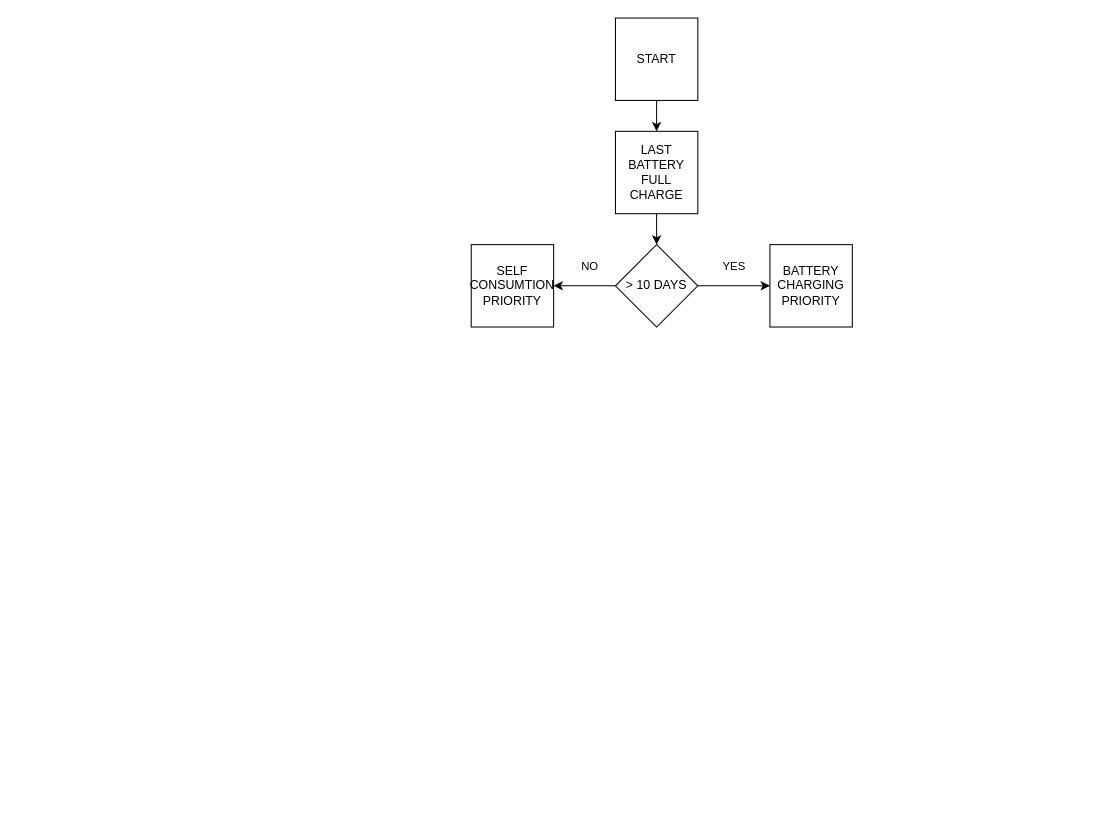
The draw.io diagram Solar_management.drawio in AdnWik/DrawIo, before the edit. Source tidied: cells renumbered, new cells numbered last; positions are measured from the earlier drawing's top-left corner, leaving out a move shared by most shapes. Both pictures are drawn from the tidied source at 103%, with x=0, y=0 at pixel (471, 18).
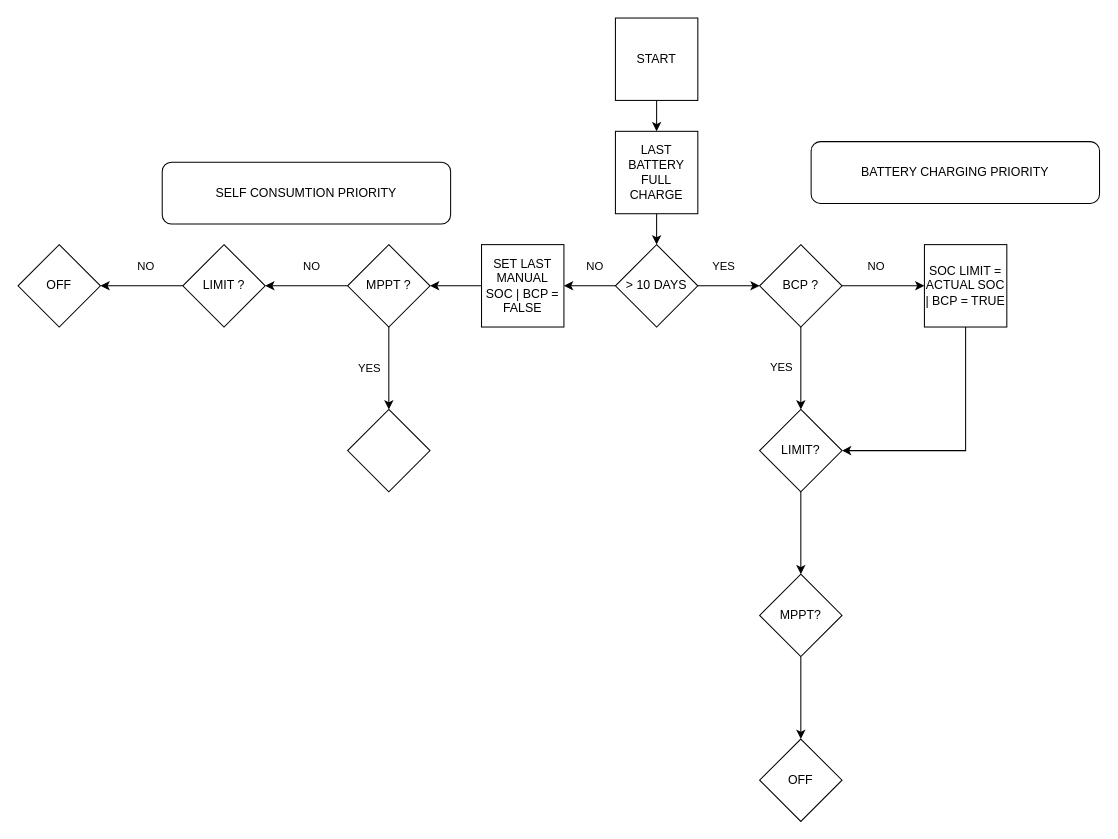
Above is the later version.

The change refers to these unchanged cells:
```xml
<mxCell id="8" value="&amp;gt; 10 DAYS" style="rhombus;whiteSpace=wrap;html=1;" parent="1" vertex="1">
  <mxGeometry x="140" y="220" width="80" height="80" as="geometry" />
</mxCell>
```

The edit, as a diff of the source:
```diff
@@
-    <mxCell id="4" style="edgeStyle=orthogonalEdgeStyle;rounded=0;jettySize=auto;html=1;" parent="1" edge="1" source="8" target="11">
-      <mxGeometry relative="1" as="geometry" />
-    </mxCell>
-    <mxCell id="5" value="YES" style="edgeLabel;html=1;align=center;verticalAlign=middle;" parent="4" vertex="1">
-      <mxGeometry x="-0.04" y="6" relative="1" as="geometry">
-        <mxPoint y="-14" as="offset" />
-      </mxGeometry>
-    </mxCell>
@@
+    <mxCell id="13" style="edgeStyle=orthogonalEdgeStyle;rounded=0;jettySize=auto;html=1;exitX=1;exitY=0.5;exitDx=0;exitDy=0;entryX=0;entryY=0.5;entryDx=0;entryDy=0;" parent="1" edge="1" source="8" target="33">
+      <mxGeometry relative="1" as="geometry" />
+    </mxCell>
+    <mxCell id="14" value="YES" style="edgeLabel;html=1;align=center;verticalAlign=middle;" parent="13" vertex="1">
+      <mxGeometry x="-0.2" y="-3" relative="1" as="geometry">
+        <mxPoint y="-23" as="offset" />
+      </mxGeometry>
+    </mxCell>
@@
+    <mxCell id="15" style="edgeStyle=orthogonalEdgeStyle;rounded=0;jettySize=auto;html=1;entryX=1;entryY=0.5;entryDx=0;entryDy=0;" parent="1" edge="1" source="11" target="35">
+      <mxGeometry relative="1" as="geometry">
+        <Array as="points">
+          <mxPoint x="480" y="420" />
+        </Array>
+      </mxGeometry>
+    </mxCell>
-    <mxCell id="11" value="BATTERY CHARGING PRIORITY" style="whiteSpace=wrap;html=1;" parent="1" vertex="1">
-      <mxGeometry x="290" y="220" width="80" height="80" as="geometry" />
+    <mxCell id="11" value="SOC LIMIT = ACTUAL SOC | BCP = TRUE" style="whiteSpace=wrap;html=1;" parent="1" vertex="1">
+      <mxGeometry x="440" y="220" width="80" height="80" as="geometry" />
     </mxCell>
+    <mxCell id="16" style="edgeStyle=orthogonalEdgeStyle;rounded=0;jettySize=auto;html=1;" parent="1" edge="1" source="12" target="21">
+      <mxGeometry relative="1" as="geometry" />
+    </mxCell>
-    <mxCell id="12" value="SELF CONSUMTION PRIORITY" style="whiteSpace=wrap;html=1;" parent="1" vertex="1">
-      <mxGeometry y="220" width="80" height="80" as="geometry" />
+    <mxCell id="12" value="SET LAST MANUAL SOC | BCP = FALSE" style="whiteSpace=wrap;html=1;" parent="1" vertex="1">
+      <mxGeometry x="10" y="220" width="80" height="80" as="geometry" />
     </mxCell>
+    <mxCell id="17" style="edgeStyle=orthogonalEdgeStyle;rounded=0;jettySize=auto;html=1;" parent="1" edge="1" source="21" target="24">
+      <mxGeometry relative="1" as="geometry" />
+    </mxCell>
+    <mxCell id="18" value="NO" style="edgeLabel;html=1;align=center;verticalAlign=middle;" parent="17" vertex="1">
+      <mxGeometry x="-0.1" y="4" relative="1" as="geometry">
+        <mxPoint y="-24" as="offset" />
+      </mxGeometry>
+    </mxCell>
+    <mxCell id="19" style="edgeStyle=orthogonalEdgeStyle;rounded=0;jettySize=auto;html=1;" parent="1" edge="1" source="21">
+      <mxGeometry relative="1" as="geometry">
+        <mxPoint x="-80" y="380" as="targetPoint" />
+      </mxGeometry>
+    </mxCell>
+    <mxCell id="20" value="YES" style="edgeLabel;html=1;align=center;verticalAlign=middle;" parent="19" vertex="1">
+      <mxGeometry x="-0.03" y="4" relative="1" as="geometry">
+        <mxPoint x="-24" as="offset" />
+      </mxGeometry>
+    </mxCell>
+    <mxCell id="21" value="MPPT ?" style="rhombus;whiteSpace=wrap;html=1;" parent="1" vertex="1">
+      <mxGeometry x="-120" y="220" width="80" height="80" as="geometry" />
+    </mxCell>
+    <mxCell id="22" style="edgeStyle=orthogonalEdgeStyle;rounded=0;jettySize=auto;html=1;" parent="1" edge="1" source="24" target="25">
+      <mxGeometry relative="1" as="geometry" />
+    </mxCell>
+    <mxCell id="23" value="NO" style="edgeLabel;html=1;align=center;verticalAlign=middle;" parent="22" vertex="1">
+      <mxGeometry x="-0.08" y="1" relative="1" as="geometry">
+        <mxPoint y="-21" as="offset" />
+      </mxGeometry>
+    </mxCell>
+    <mxCell id="24" value="LIMIT ?" style="rhombus;whiteSpace=wrap;html=1;" parent="1" vertex="1">
+      <mxGeometry x="-280" y="220" width="80" height="80" as="geometry" />
+    </mxCell>
+    <mxCell id="25" value="OFF" style="rhombus;whiteSpace=wrap;html=1;" parent="1" vertex="1">
+      <mxGeometry x="-440" y="220" width="80" height="80" as="geometry" />
+    </mxCell>
+    <mxCell id="26" style="rhombus;whiteSpace=wrap;html=1;" parent="1" vertex="1">
+      <mxGeometry x="-120" y="380" width="80" height="80" as="geometry" />
+    </mxCell>
+    <mxCell id="27" value="SELF CONSUMTION PRIORITY" style="rounded=1;whiteSpace=wrap;html=1;" parent="1" vertex="1">
+      <mxGeometry x="-300" y="140" width="280" height="60" as="geometry" />
+    </mxCell>
+    <mxCell id="28" value="BATTERY CHARGING PRIORITY" style="rounded=1;whiteSpace=wrap;html=1;" parent="1" vertex="1">
+      <mxGeometry x="330" y="120" width="280" height="60" as="geometry" />
+    </mxCell>
+    <mxCell id="29" style="edgeStyle=orthogonalEdgeStyle;rounded=0;jettySize=auto;html=1;" parent="1" edge="1" source="33" target="11">
+      <mxGeometry relative="1" as="geometry" />
+    </mxCell>
+    <mxCell id="30" value="NO" style="edgeLabel;html=1;align=center;verticalAlign=middle;" parent="29" vertex="1">
+      <mxGeometry x="-0.2" y="2" relative="1" as="geometry">
+        <mxPoint y="-18" as="offset" />
+      </mxGeometry>
+    </mxCell>
+    <mxCell id="31" style="edgeStyle=orthogonalEdgeStyle;rounded=0;jettySize=auto;html=1;" parent="1" edge="1" source="33" target="35">
+      <mxGeometry relative="1" as="geometry" />
+    </mxCell>
+    <mxCell id="32" value="YES" style="edgeLabel;html=1;align=center;verticalAlign=middle;" parent="31" vertex="1">
+      <mxGeometry x="-0.06" y="-3" relative="1" as="geometry">
+        <mxPoint x="-17" as="offset" />
+      </mxGeometry>
+    </mxCell>
+    <mxCell id="33" value="BCP ?" style="rhombus;whiteSpace=wrap;html=1;" parent="1" vertex="1">
+      <mxGeometry x="280" y="220" width="80" height="80" as="geometry" />
+    </mxCell>
+    <mxCell id="34" style="edgeStyle=orthogonalEdgeStyle;rounded=0;jettySize=auto;html=1;" parent="1" edge="1" source="35" target="37">
+      <mxGeometry relative="1" as="geometry" />
+    </mxCell>
+    <mxCell id="35" value="LIMIT?" style="rhombus;whiteSpace=wrap;html=1;" parent="1" vertex="1">
+      <mxGeometry x="280" y="380" width="80" height="80" as="geometry" />
+    </mxCell>
+    <mxCell id="36" style="edgeStyle=orthogonalEdgeStyle;rounded=0;jettySize=auto;html=1;" parent="1" edge="1" source="37" target="38">
+      <mxGeometry relative="1" as="geometry" />
+    </mxCell>
+    <mxCell id="37" value="MPPT?" style="rhombus;whiteSpace=wrap;html=1;" parent="1" vertex="1">
+      <mxGeometry x="280" y="540" width="80" height="80" as="geometry" />
+    </mxCell>
+    <mxCell id="38" value="OFF" style="rhombus;whiteSpace=wrap;html=1;" parent="1" vertex="1">
+      <mxGeometry x="280" y="700" width="80" height="80" as="geometry" />
+    </mxCell>
```
